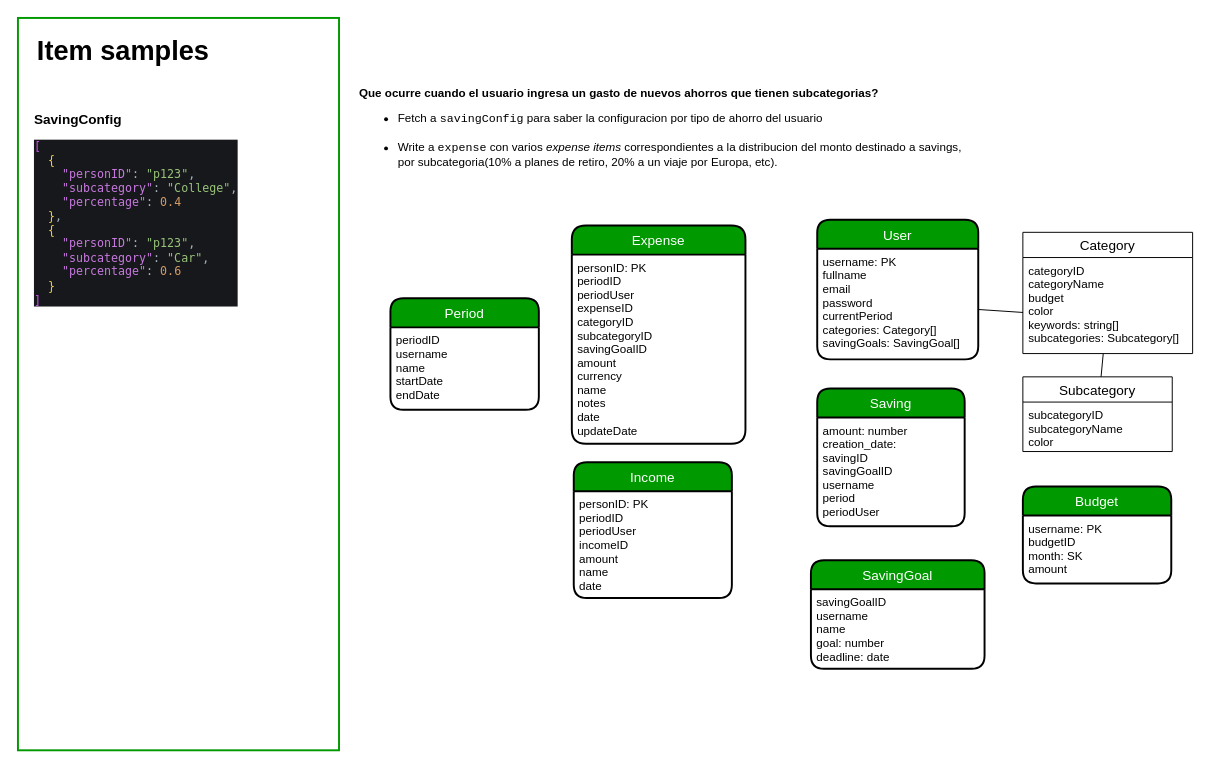
The draw.io diagram page "Data Model" (1 of 2) of diagrams/money-diagrams.drawio in JoelD7/money, before the edit. Source tidied: cells renumbered, new cells numbered last; positions are measured from the earlier drawing's top-left corner, leaving out a move shared by most shapes. Both pictures are drawn from the tidied source at 97%, with x=0, y=0 at pixel (17, 17).
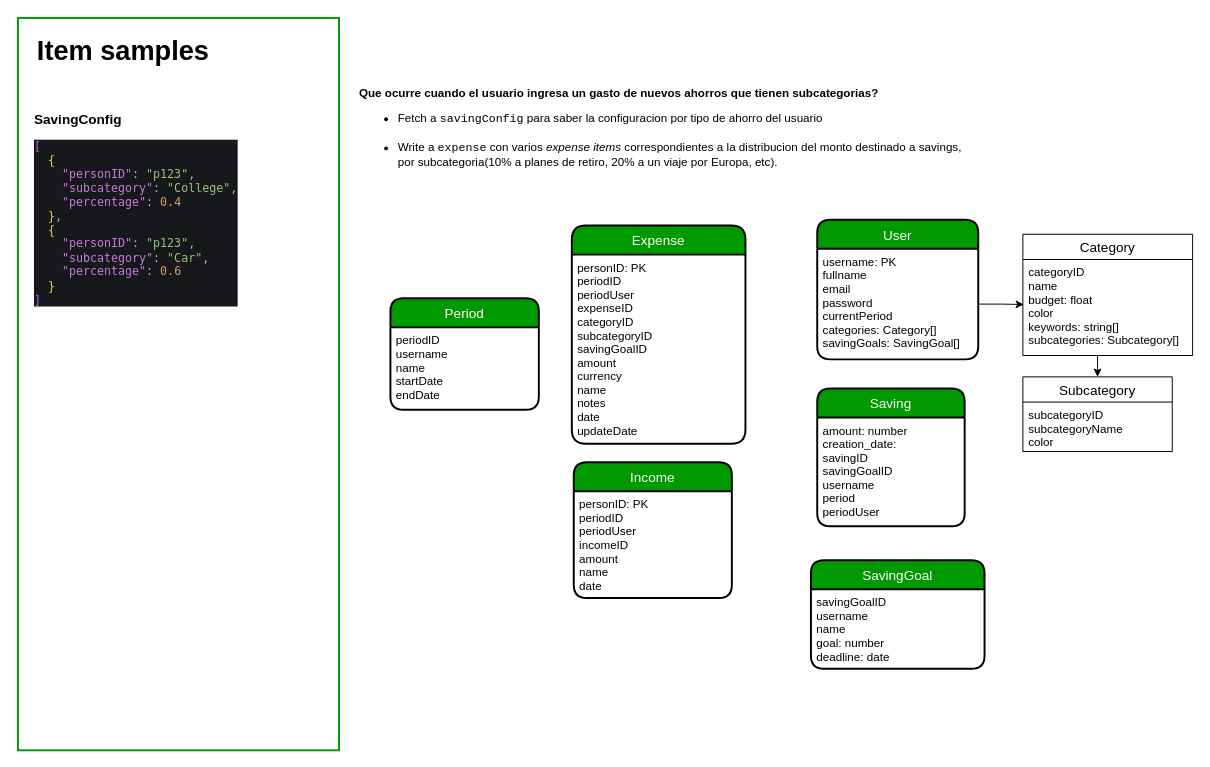
The same diagram, later.

Commit message (it also covers changes not shown here):
Delete "Budget" table

Why: After analysis I decided a budget didn't need a table. Details here: https://www.notion.so/Category-4707250f1fc749f99ce7fab57922fc9e?pvs=4

The change refers to these unchanged cells:
```xml
<mxCell id="9" value="username: PK&#10;fullname&#10;email&#10;password&#10;currentPeriod        &#10;categories: Category[]&#10;savingGoals: SavingGoal[]" style="align=left;strokeColor=none;fillColor=none;spacingLeft=4;fontSize=12;verticalAlign=top;" parent="8" vertex="1">
  <mxGeometry y="30" width="166" height="114" as="geometry" />
</mxCell>
<mxCell id="13" value="Subcategory" style="swimlane;fontStyle=0;horizontal=1;startSize=26;align=center;fontSize=14;" parent="1" vertex="1">
  <mxGeometry x="1036" y="370" width="154" height="77" as="geometry" />
</mxCell>
```

Diff of the diagram source:
```diff
@@
     <mxCell id="10" value="Category" style="swimlane;fontStyle=0;horizontal=1;startSize=26;align=center;fontSize=14;" parent="1" vertex="1">
-      <mxGeometry x="1036" y="221" width="175" height="125" as="geometry" />
+      <mxGeometry x="1036" y="223" width="175" height="125" as="geometry" />
     </mxCell>
-    <mxCell id="11" value="categoryID&#10;categoryName&#10;budget&#10;color&#10;keywords: string[]&#10;subcategories: Subcategory[] " style="text;strokeColor=none;fillColor=none;spacingLeft=4;spacingRight=4;overflow=hidden;points=[[0,0.5],[1,0.5]];portConstraint=eastwest;fontSize=12;" parent="10" vertex="1">
+    <mxCell id="11" value="categoryID&#10;name&#10;budget: float    &#10;color&#10;keywords: string[]&#10;subcategories: Subcategory[] " style="text;strokeColor=none;fillColor=none;spacingLeft=4;spacingRight=4;overflow=hidden;points=[[0,0.5],[1,0.5]];portConstraint=eastwest;fontSize=12;" parent="10" vertex="1">
       <mxGeometry y="26" width="175" height="99" as="geometry" />
     </mxCell>
-    <mxCell id="12" style="endArrow=none;html=1;rounded=0;entryX=0.001;entryY=0.572;entryDx=0;entryDy=0;entryPerimeter=0;" parent="1" edge="1" source="9" target="11">
-      <mxGeometry relative="1" as="geometry" />
-    </mxCell>
@@
-    <mxCell id="15" style="endArrow=none;html=1;rounded=0;" parent="1" edge="1" source="13" target="11">
-      <mxGeometry relative="1" as="geometry" />
-    </mxCell>
@@
-    <mxCell id="18" value="Budget" style="swimlane;horizontal=1;startSize=30;rounded=1;fontSize=14;fontStyle=0;strokeWidth=2;shadow=0;dashed=0;align=center;fillColor=#009900;fontColor=#FFFFFF;" parent="1" vertex="1">
-      <mxGeometry x="1036" y="483" width="153" height="100" as="geometry" />
-    </mxCell>
-    <mxCell id="19" value="username: PK&#10;budgetID&#10;month: SK&#10;amount" style="align=left;strokeColor=none;fillColor=none;spacingLeft=4;fontSize=12;verticalAlign=top;" parent="18" vertex="1">
-      <mxGeometry y="30" width="153" height="70" as="geometry" />
-    </mxCell>
@@
+    <mxCell id="12" style="edgeStyle=orthogonalEdgeStyle;rounded=0;jettySize=auto;html=1;entryX=0.006;entryY=0.469;entryDx=0;entryDy=0;entryPerimeter=0;" parent="1" edge="1" source="9" target="11">
+      <mxGeometry relative="1" as="geometry" />
+    </mxCell>
+    <mxCell id="26" style="edgeStyle=orthogonalEdgeStyle;rounded=0;jettySize=auto;html=1;entryX=0.5;entryY=0;entryDx=0;entryDy=0;" parent="1" edge="1" source="11" target="13">
+      <mxGeometry relative="1" as="geometry">
+        <Array as="points">
+          <mxPoint x="1113" y="346" />
+          <mxPoint x="1113" y="346" />
+        </Array>
+      </mxGeometry>
+    </mxCell>
```
